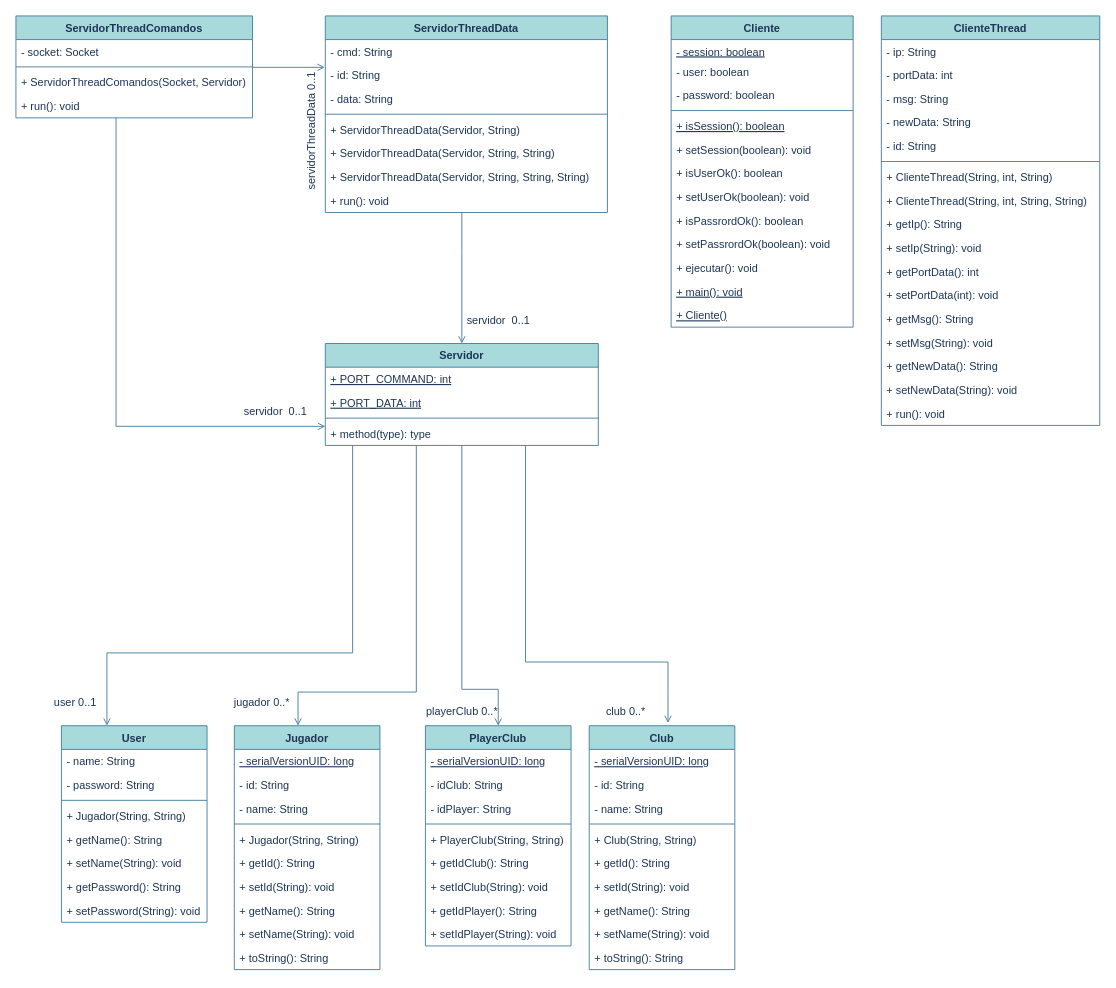
Before: GestorDeClubs.drawio in pavlorudak/UML-GestorDeClubes, a draw.io diagram. Source tidied: cells renumbered, new cells numbered last; positions are measured from the earlier drawing's top-left corner, leaving out a move shared by most shapes. Both pictures are drawn from the tidied source at 91%, with x=0, y=0 at pixel (15, 15).
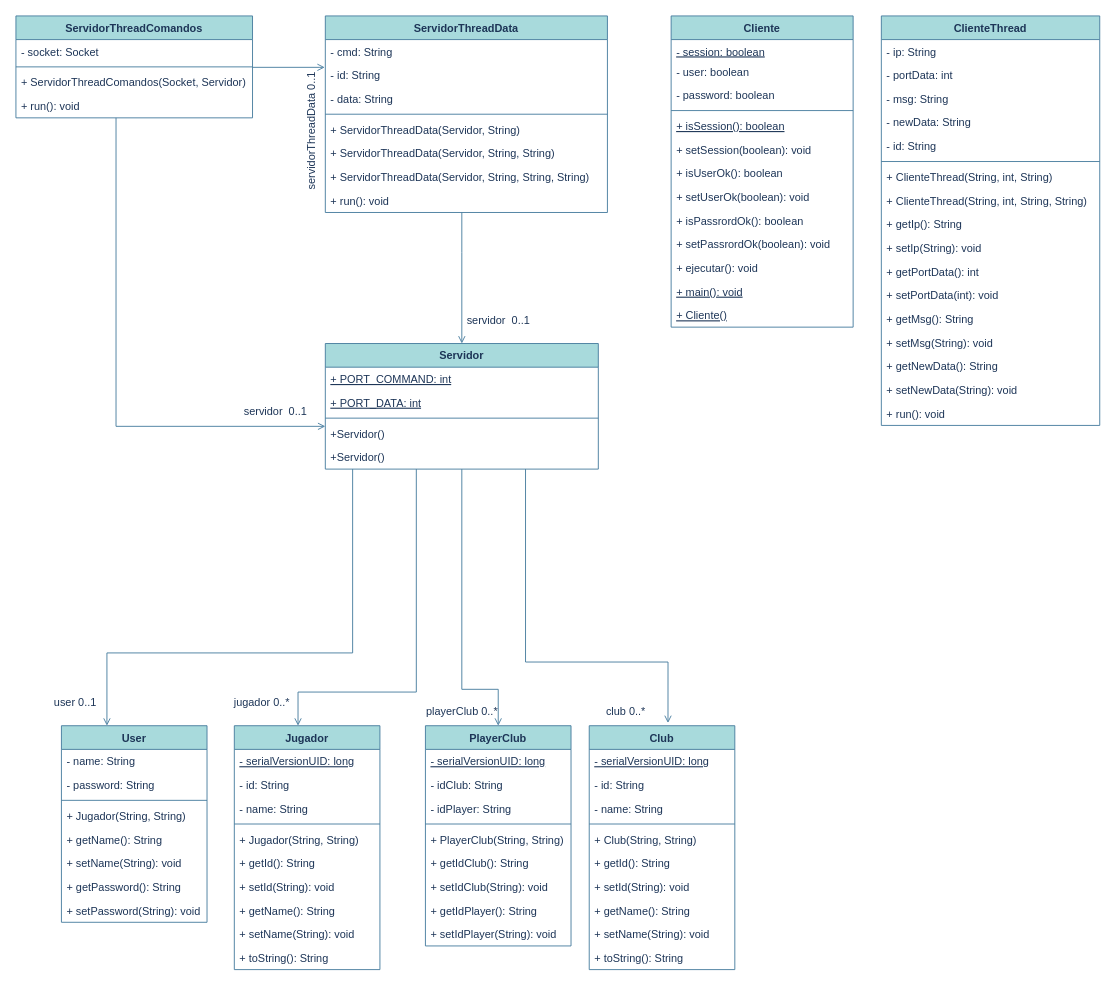
The same page after the edit.

The edit, as a diff of the source:
```diff
@@
     <mxCell id="47" value="Servidor" style="swimlane;fontStyle=1;align=center;verticalAlign=top;horizontal=1;startSize=26;rounded=0;labelBackgroundColor=none;fillColor=#A8DADC;strokeColor=#457B9D;fontColor=#1D3557;" parent="1" vertex="1">
-      <mxGeometry x="340" y="360" width="300" height="112" as="geometry" />
+      <mxGeometry x="340" y="360" width="300" height="138" as="geometry" />
     </mxCell>
@@
-    <mxCell id="51" value="+ method(type): type" style="text;strokeColor=none;fillColor=none;align=left;verticalAlign=top;spacingLeft=4;spacingRight=4;overflow=hidden;rounded=0;labelBackgroundColor=none;fontColor=#1D3557;" parent="47" vertex="1">
+    <mxCell id="51" value="+Servidor()" style="text;strokeColor=none;fillColor=none;align=left;verticalAlign=top;spacingLeft=4;spacingRight=4;overflow=hidden;rounded=0;labelBackgroundColor=none;fontColor=#1D3557;" parent="47" vertex="1">
       <mxGeometry y="86" width="300" height="26" as="geometry" />
     </mxCell>
+    <mxCell id="108" value="+Servidor()" style="text;strokeColor=none;fillColor=none;align=left;verticalAlign=top;spacingLeft=4;spacingRight=4;overflow=hidden;rounded=0;labelBackgroundColor=none;fontColor=#1D3557;" parent="47" vertex="1">
+      <mxGeometry y="112" width="300" height="26" as="geometry" />
+    </mxCell>
```
